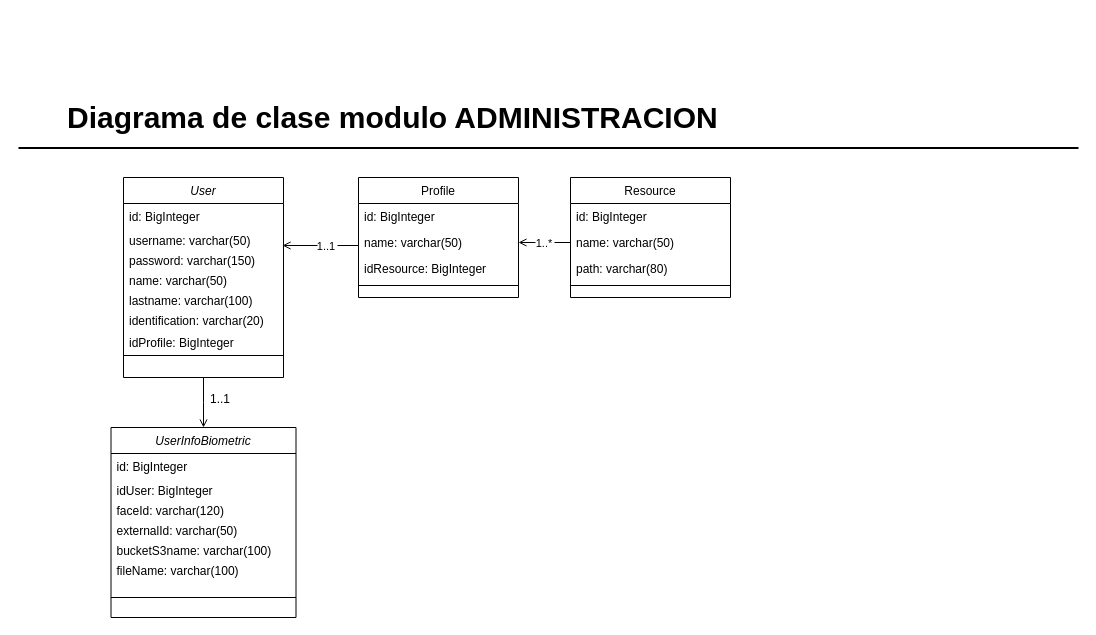
Above: DiagramaClaseAdministracion.drawio in ca-milin15/proy_grado_2021_doc (draw.io), before the change. Source tidied: cells renumbered, new cells numbered last; positions are measured from the earlier drawing's top-left corner, leaving out a move shared by most shapes. Both pictures are drawn from the tidied source at 100%, with x=0, y=0 at pixel (18, 97).
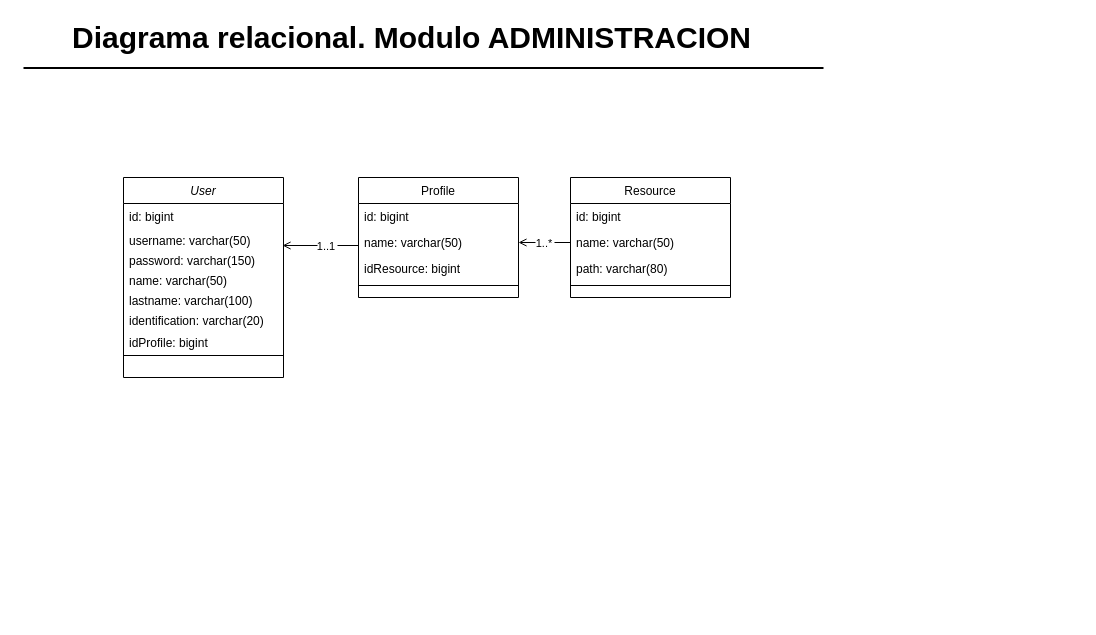
The same diagram, later.

Unchanged cells that the change refers to:
```xml
<mxCell id="2" value="User" style="swimlane;fontStyle=2;align=center;verticalAlign=top;horizontal=1;startSize=26;rounded=0;shadow=0;strokeWidth=1;" parent="1" vertex="1">
  <mxGeometry x="105" y="80" width="160" height="200" as="geometry" />
</mxCell>
<mxCell id="11" value="Profile" style="swimlane;fontStyle=0;align=center;verticalAlign=top;horizontal=1;startSize=26;rounded=0;shadow=0;strokeWidth=1;" parent="1" vertex="1">
  <mxGeometry x="340" y="80" width="160" height="120" as="geometry" />
</mxCell>
<mxCell id="18" value="Resource" style="swimlane;fontStyle=0;align=center;verticalAlign=top;horizontal=1;startSize=26;rounded=0;shadow=0;strokeWidth=1;" parent="1" vertex="1">
  <mxGeometry x="552" y="80" width="160" height="120" as="geometry" />
</mxCell>
```

Diff of the diagram source:
```diff
@@
-    <mxCell id="3" value="id: BigInteger" style="text;align=left;verticalAlign=top;spacingLeft=4;spacingRight=4;overflow=hidden;" parent="2" vertex="1">
+    <mxCell id="3" value="id: bigint" style="text;align=left;verticalAlign=top;spacingLeft=4;spacingRight=4;overflow=hidden;" parent="2" vertex="1">
       <mxGeometry y="26" width="160" height="24" as="geometry" />
     </mxCell>
@@
-    <mxCell id="9" value="idProfile: BigInteger" style="text;align=left;verticalAlign=top;spacingLeft=4;spacingRight=4;overflow=hidden;rounded=0;shadow=0;html=0;" parent="2" vertex="1">
+    <mxCell id="9" value="idProfile: bigint" style="text;align=left;verticalAlign=top;spacingLeft=4;spacingRight=4;overflow=hidden;rounded=0;shadow=0;html=0;" parent="2" vertex="1">
       <mxGeometry y="152" width="160" height="22" as="geometry" />
     </mxCell>
@@
-    <mxCell id="12" value="id: BigInteger" style="text;align=left;verticalAlign=top;spacingLeft=4;spacingRight=4;overflow=hidden;" parent="11" vertex="1">
+    <mxCell id="12" value="id: bigint" style="text;align=left;verticalAlign=top;spacingLeft=4;spacingRight=4;overflow=hidden;" parent="11" vertex="1">
       <mxGeometry y="26" width="160" height="26" as="geometry" />
     </mxCell>
@@
-    <mxCell id="14" value="idResource: BigInteger" style="text;align=left;verticalAlign=top;spacingLeft=4;spacingRight=4;overflow=hidden;rounded=0;shadow=0;html=0;" parent="11" vertex="1">
+    <mxCell id="14" value="idResource: bigint" style="text;align=left;verticalAlign=top;spacingLeft=4;spacingRight=4;overflow=hidden;rounded=0;shadow=0;html=0;" parent="11" vertex="1">
       <mxGeometry y="78" width="160" height="26" as="geometry" />
     </mxCell>
@@
-    <mxCell id="19" value="id: BigInteger" style="text;align=left;verticalAlign=top;spacingLeft=4;spacingRight=4;overflow=hidden;" parent="18" vertex="1">
+    <mxCell id="19" value="id: bigint" style="text;align=left;verticalAlign=top;spacingLeft=4;spacingRight=4;overflow=hidden;" parent="18" vertex="1">
       <mxGeometry y="26" width="160" height="26" as="geometry" />
     </mxCell>
@@
-    <mxCell id="25" value="UserInfoBiometric" style="swimlane;fontStyle=2;align=center;verticalAlign=top;horizontal=1;startSize=26;rounded=0;shadow=0;strokeWidth=1;" parent="1" vertex="1">
-      <mxGeometry x="92.5" y="330" width="185" height="190" as="geometry" />
-    </mxCell>
-    <mxCell id="26" value="id: BigInteger" style="text;align=left;verticalAlign=top;spacingLeft=4;spacingRight=4;overflow=hidden;" parent="25" vertex="1">
-      <mxGeometry y="26" width="185" height="24" as="geometry" />
-    </mxCell>
-    <mxCell id="27" value="idUser: BigInteger" style="text;align=left;verticalAlign=top;spacingLeft=4;spacingRight=4;overflow=hidden;rounded=0;shadow=0;html=0;" parent="25" vertex="1">
-      <mxGeometry y="50" width="185" height="20" as="geometry" />
-    </mxCell>
-    <mxCell id="28" value="faceId: varchar(120)" style="text;align=left;verticalAlign=top;spacingLeft=4;spacingRight=4;overflow=hidden;rounded=0;shadow=0;html=0;" parent="25" vertex="1">
-      <mxGeometry y="70" width="185" height="20" as="geometry" />
-    </mxCell>
-    <mxCell id="29" value="externalId: varchar(50)" style="text;align=left;verticalAlign=top;spacingLeft=4;spacingRight=4;overflow=hidden;rounded=0;shadow=0;html=0;" parent="25" vertex="1">
-      <mxGeometry y="90" width="185" height="20" as="geometry" />
-    </mxCell>
-    <mxCell id="30" value="bucketS3name: varchar(100)" style="text;align=left;verticalAlign=top;spacingLeft=4;spacingRight=4;overflow=hidden;rounded=0;shadow=0;html=0;" parent="25" vertex="1">
-      <mxGeometry y="110" width="185" height="20" as="geometry" />
-    </mxCell>
-    <mxCell id="31" value="fileName: varchar(100)" style="text;align=left;verticalAlign=top;spacingLeft=4;spacingRight=4;overflow=hidden;rounded=0;shadow=0;html=0;" parent="25" vertex="1">
-      <mxGeometry y="130" width="185" height="20" as="geometry" />
-    </mxCell>
-    <mxCell id="32" style="line;html=1;strokeWidth=1;align=left;verticalAlign=middle;spacingTop=-1;spacingLeft=3;spacingRight=3;labelPosition=right;" parent="25" vertex="1">
-      <mxGeometry y="150" width="185" height="40" as="geometry" />
-    </mxCell>
-    <mxCell id="33" style="endArrow=open;shadow=0;strokeWidth=1;rounded=0;endFill=1;edgeStyle=elbowEdgeStyle;elbow=vertical;exitX=0.5;exitY=1;exitDx=0;exitDy=0;entryX=0.5;entryY=0;entryDx=0;entryDy=0;" parent="1" edge="1" source="2" target="25">
-      <mxGeometry x="0.5" y="41" relative="1" as="geometry">
-        <mxPoint x="-40" y="32" as="offset" />
-      </mxGeometry>
-    </mxCell>
-    <mxCell id="34" value="1..1" style="align=left;verticalAlign=bottom;labelBackgroundColor=none;fontSize=12;" parent="33" vertex="1">
-      <mxGeometry x="-1" relative="1" as="geometry">
-        <mxPoint x="5" y="30" as="offset" />
-      </mxGeometry>
-    </mxCell>
-    <mxCell id="35" style="align=right;verticalAlign=bottom;labelBackgroundColor=none;fontSize=12;" parent="33" vertex="1">
-      <mxGeometry x="1" relative="1" as="geometry">
-        <mxPoint x="-7" y="4" as="offset" />
-      </mxGeometry>
-    </mxCell>
-    <mxCell id="36" value="Diagrama de clase modulo ADMINISTRACION" style="text;html=1;align=left;verticalAlign=top;spacingTop=-4;fontSize=30;fontStyle=1;" parent="1" vertex="1">
-      <mxGeometry x="46.5" width="670" height="40" as="geometry" />
+    <mxCell id="36" value="Diagrama relacional. Modulo ADMINISTRACION" style="text;html=1;align=left;verticalAlign=top;spacingTop=-4;fontSize=30;fontStyle=1;" parent="1" vertex="1">
+      <mxGeometry x="51.5" y="-80" width="690" height="40" as="geometry" />
     </mxCell>
     <mxCell id="37" style="line;strokeWidth=2;html=1;fontSize=14;" parent="1" vertex="1">
-      <mxGeometry y="45.5" width="1060" height="10" as="geometry" />
+      <mxGeometry x="5" y="-34.5" width="800" height="10" as="geometry" />
     </mxCell>
```
